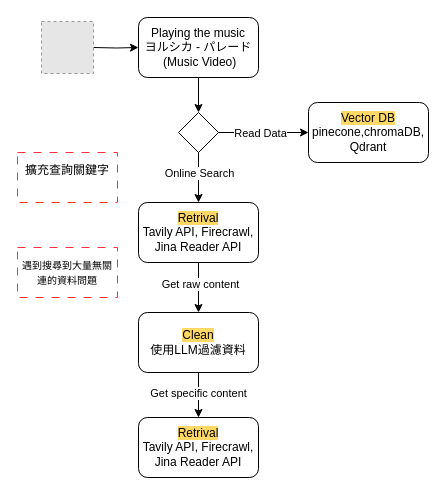
annie604/YTLyrics keeps this draw.io diagram as Arch.drawio. Above is the earlier version. Source tidied: cells renumbered, new cells numbered last; positions are measured from the earlier drawing's top-left corner, leaving out a move shared by most shapes. Both pictures are drawn from the tidied source at 100%, with x=0, y=0 at pixel (17, 17). Pictures stored in the file or linked from it are replaced by grey dashed boxes.
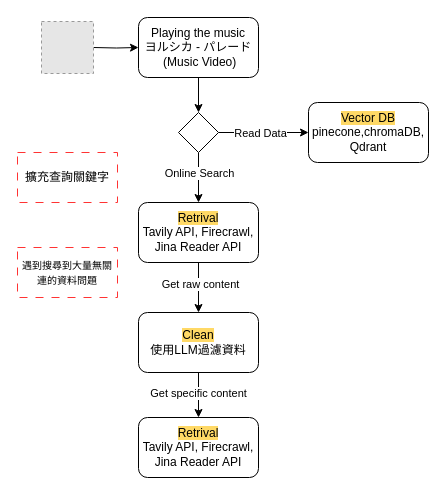
The same diagram, later.

Diff of the diagram source:
```diff
@@
-    <mxCell id="19" value="擴充查詢關鍵字&lt;div&gt;&lt;br&gt;&lt;/div&gt;" style="text;html=1;whiteSpace=wrap;strokeColor=#FF3333;fillColor=none;align=center;verticalAlign=middle;rounded=0;dashed=1;dashPattern=8 8;" parent="1" vertex="1">
+    <mxCell id="19" value="擴充查詢關鍵字" style="text;html=1;whiteSpace=wrap;strokeColor=#FF3333;fillColor=none;align=center;verticalAlign=middle;rounded=0;dashed=1;dashPattern=8 8;" parent="1" vertex="1">
       <mxGeometry y="135" width="100" height="50" as="geometry" />
     </mxCell>
```
